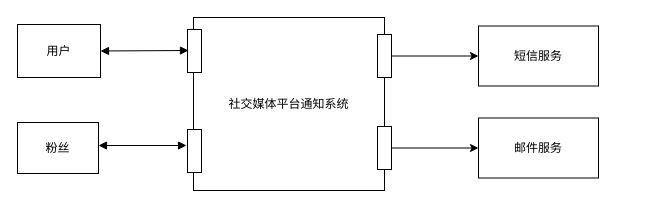
The draw.io diagram 04.drawio in 1579231583/student, before the edit. Source tidied: cells renumbered, new cells numbered last; positions are measured from the earlier drawing's top-left corner, leaving out a move shared by most shapes. Both pictures are drawn from the tidied source at 100%, with x=0, y=0 at pixel (17, 17).
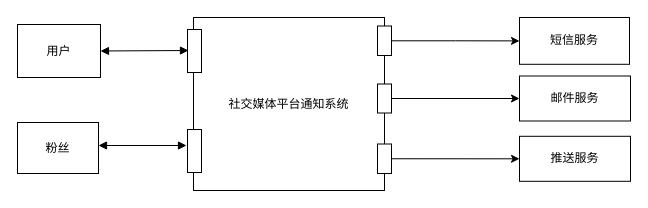
The same page after the edit.

Change to the diagram source:
```diff
@@
 <mxGraphModel>
   <root>
     <mxCell id="0" />
     <mxCell id="1" parent="0" />
     <mxCell id="2" value="社交媒体平台通知系统" style="html=1;whiteSpace=wrap;" parent="1" vertex="1">
       <mxGeometry x="176" width="191" height="173" as="geometry" />
     </mxCell>
     <mxCell id="3" style="html=1;whiteSpace=wrap;" parent="1" vertex="1">
       <mxGeometry x="170" y="12" width="14" height="43" as="geometry" />
     </mxCell>
     <mxCell id="4" style="html=1;whiteSpace=wrap;" parent="1" vertex="1">
       <mxGeometry x="170" y="112" width="14" height="43" as="geometry" />
     </mxCell>
     <mxCell id="5" value="用户" style="html=1;whiteSpace=wrap;" parent="1" vertex="1">
       <mxGeometry y="7" width="83" height="53" as="geometry" />
     </mxCell>
     <mxCell id="6" value="粉丝" style="html=1;whiteSpace=wrap;" parent="1" vertex="1">
       <mxGeometry y="105" width="81" height="51" as="geometry" />
     </mxCell>
     <mxCell id="7" style="endArrow=block;startArrow=block;endFill=1;startFill=1;html=1;rounded=0;exitX=1;exitY=0.5;exitDx=0;exitDy=0;" parent="1" edge="1" source="5">
       <mxGeometry relative="1" as="geometry">
         <mxPoint x="171" y="33" as="targetPoint" />
       </mxGeometry>
     </mxCell>
     <mxCell id="8" style="endArrow=block;startArrow=block;endFill=1;startFill=1;html=1;rounded=0;exitX=1;exitY=0.5;exitDx=0;exitDy=0;" parent="1" edge="1">
       <mxGeometry relative="1" as="geometry">
         <mxPoint x="81" y="128" as="sourcePoint" />
         <mxPoint x="169" y="128" as="targetPoint" />
       </mxGeometry>
     </mxCell>
     <mxCell id="9" style="edgeStyle=orthogonalEdgeStyle;rounded=0;jettySize=auto;html=1;" parent="1" edge="1" source="10" target="11">
       <mxGeometry relative="1" as="geometry" />
     </mxCell>
     <mxCell id="10" style="html=1;whiteSpace=wrap;" parent="1" vertex="1">
-      <mxGeometry x="360" y="17" width="14" height="43" as="geometry" />
+      <mxGeometry x="360" y="8.5" width="14" height="29.5" as="geometry" />
     </mxCell>
     <mxCell id="11" value="短信服务" style="whiteSpace=wrap;html=1;" parent="1" vertex="1">
-      <mxGeometry x="461" y="8.5" width="120" height="60" as="geometry" />
+      <mxGeometry x="502" width="110" height="46.8" as="geometry" />
     </mxCell>
     <mxCell id="12" style="edgeStyle=orthogonalEdgeStyle;rounded=0;jettySize=auto;html=1;" parent="1" edge="1" source="13" target="14">
       <mxGeometry relative="1" as="geometry" />
     </mxCell>
     <mxCell id="13" style="html=1;whiteSpace=wrap;" parent="1" vertex="1">
-      <mxGeometry x="360" y="109" width="14" height="43" as="geometry" />
+      <mxGeometry x="360" y="66.5" width="14" height="29" as="geometry" />
     </mxCell>
     <mxCell id="14" value="邮件服务" style="whiteSpace=wrap;html=1;" parent="1" vertex="1">
-      <mxGeometry x="461" y="100.5" width="120" height="60" as="geometry" />
+      <mxGeometry x="502" y="58.5" width="111" height="45" as="geometry" />
     </mxCell>
+    <mxCell id="15" style="edgeStyle=orthogonalEdgeStyle;rounded=0;jettySize=auto;html=1;exitX=1;exitY=0.5;exitDx=0;exitDy=0;entryX=0;entryY=0.5;entryDx=0;entryDy=0;" parent="1" edge="1" source="16" target="17">
+      <mxGeometry relative="1" as="geometry" />
+    </mxCell>
+    <mxCell id="16" style="html=1;whiteSpace=wrap;" parent="1" vertex="1">
+      <mxGeometry x="360" y="126.5" width="14" height="29.5" as="geometry" />
+    </mxCell>
+    <mxCell id="17" value="推送服务" style="whiteSpace=wrap;html=1;" parent="1" vertex="1">
+      <mxGeometry x="502" y="118.8" width="111" height="45" as="geometry" />
+    </mxCell>
   </root>
 </mxGraphModel>
```
